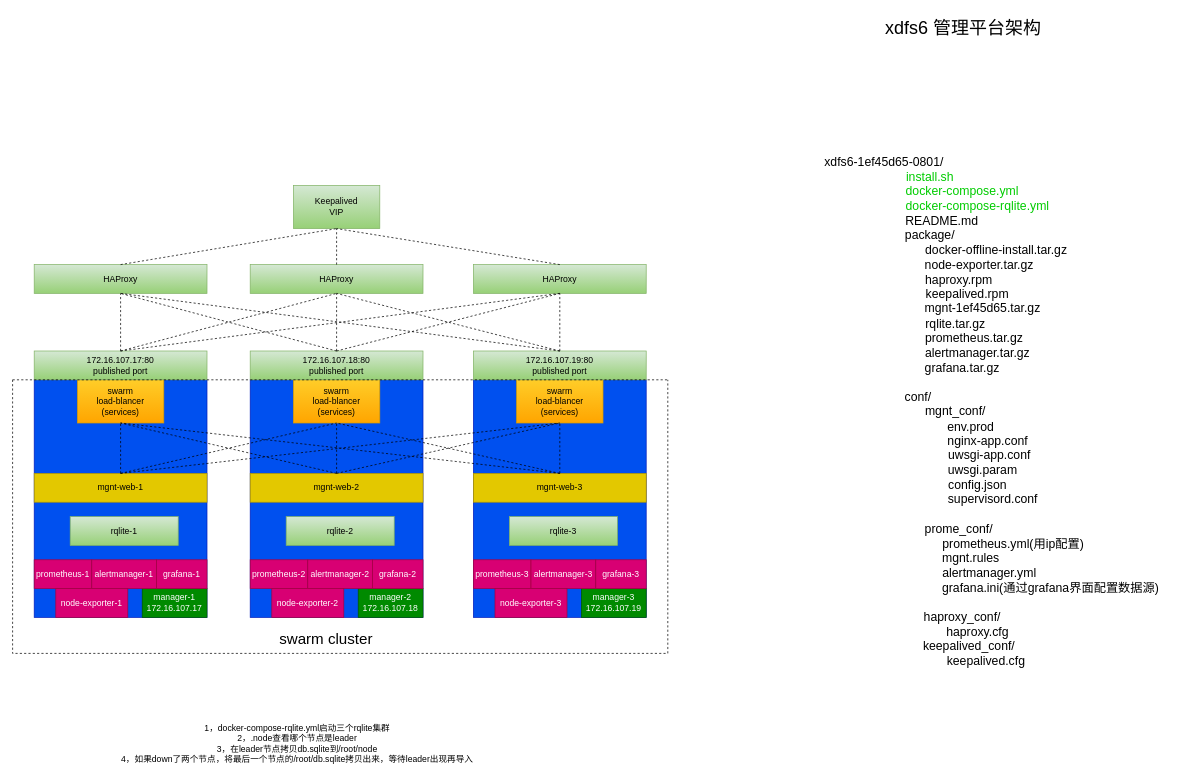
This is xdfs6架构.drawio from yihezhou/diagrams, a draw.io file, before an edit. Source tidied: cells renumbered, new cells numbered last; positions are measured from the earlier drawing's top-left corner, leaving out a move shared by most shapes. Both pictures are drawn from the tidied source at 72%, with x=0, y=0 at pixel (12, 12).
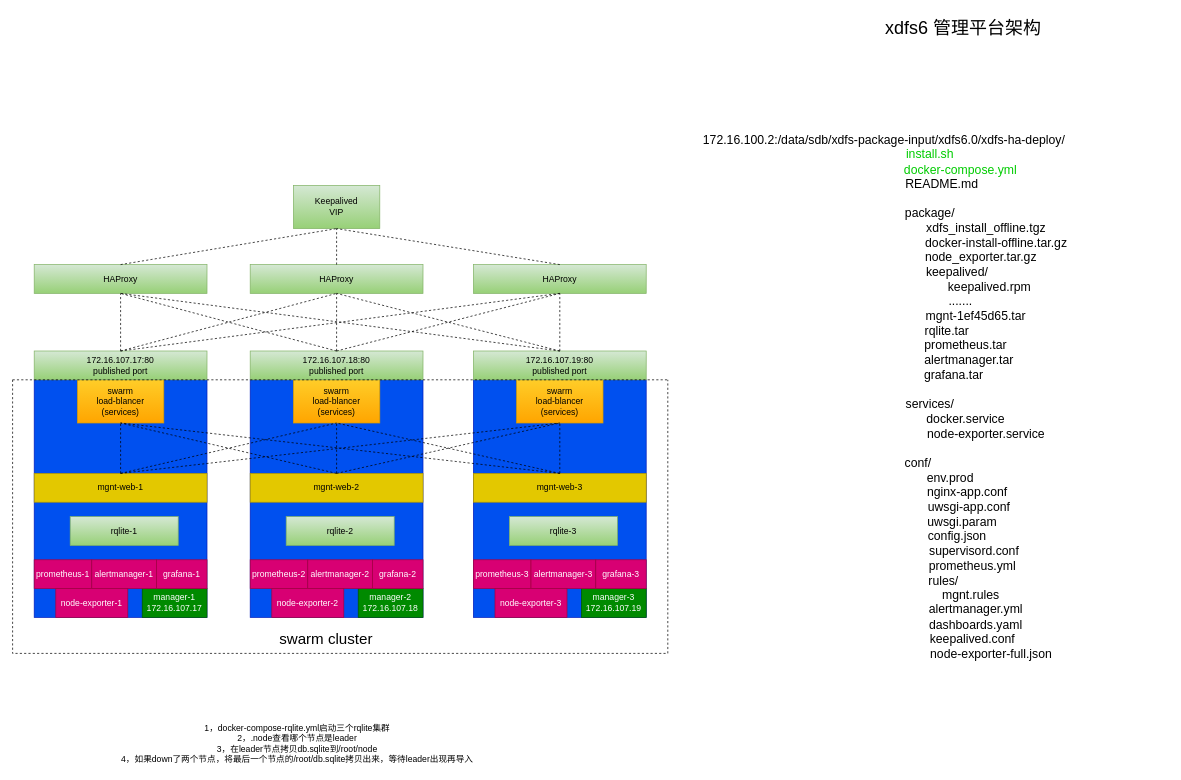
The same page after the edit.

What changed in the source:
```diff
@@
-    <mxCell id="60" value="xdfs6-1ef45d65-0801/&lt;br style=&quot;font-size: 17px;&quot;&gt;&amp;nbsp; &amp;nbsp; &amp;nbsp; &amp;nbsp; &amp;nbsp; &amp;nbsp; &amp;nbsp; &amp;nbsp; &amp;nbsp; &amp;nbsp; &amp;nbsp; &amp;nbsp; &amp;nbsp; &lt;font color=&quot;#00cc00&quot; style=&quot;font-size: 17px;&quot;&gt;&amp;nbsp;install.sh&lt;br style=&quot;font-size: 17px;&quot;&gt;&amp;nbsp; &amp;nbsp; &amp;nbsp; &amp;nbsp; &amp;nbsp; &amp;nbsp; &amp;nbsp; &amp;nbsp; &amp;nbsp; &amp;nbsp; &amp;nbsp; &amp;nbsp; &amp;nbsp; &amp;nbsp; &amp;nbsp; &amp;nbsp; &amp;nbsp; &amp;nbsp; &amp;nbsp; &amp;nbsp; &amp;nbsp; &amp;nbsp; &amp;nbsp; docker-compose.yml&lt;br&gt;&amp;nbsp; &amp;nbsp; &amp;nbsp; &amp;nbsp; &amp;nbsp; &amp;nbsp; &amp;nbsp; &amp;nbsp; &amp;nbsp; &amp;nbsp; &amp;nbsp; &amp;nbsp; &amp;nbsp; &amp;nbsp; &amp;nbsp; &amp;nbsp; &amp;nbsp; &amp;nbsp; &amp;nbsp; &amp;nbsp; &amp;nbsp; &amp;nbsp; &amp;nbsp; &amp;nbsp; &amp;nbsp; &amp;nbsp; &amp;nbsp; &amp;nbsp;docker-compose-rqlite.yml&lt;br&gt;&lt;/font&gt;&amp;nbsp; &amp;nbsp; &amp;nbsp; &amp;nbsp; &amp;nbsp; &amp;nbsp; &amp;nbsp; &amp;nbsp; &amp;nbsp; &amp;nbsp; &amp;nbsp; &amp;nbsp; &amp;nbsp; &amp;nbsp; &amp;nbsp; &amp;nbsp; &amp;nbsp; README.md&lt;br style=&quot;font-size: 17px;&quot;&gt;&amp;nbsp; &amp;nbsp; &amp;nbsp; &amp;nbsp; &amp;nbsp; &amp;nbsp; &amp;nbsp; &amp;nbsp; &amp;nbsp; &amp;nbsp; &amp;nbsp; &amp;nbsp; &amp;nbsp; &amp;nbsp;package/&lt;br style=&quot;font-size: 17px;&quot;&gt;&amp;nbsp; &amp;nbsp; &amp;nbsp; &amp;nbsp; &amp;nbsp; &amp;nbsp; &amp;nbsp; &amp;nbsp; &amp;nbsp; &amp;nbsp; &amp;nbsp; &amp;nbsp; &amp;nbsp; &amp;nbsp; &amp;nbsp; &amp;nbsp; &amp;nbsp; &amp;nbsp; &amp;nbsp; &amp;nbsp; &amp;nbsp; &amp;nbsp; &amp;nbsp; &amp;nbsp; &amp;nbsp; &amp;nbsp; &amp;nbsp; &amp;nbsp; &amp;nbsp; &amp;nbsp; &amp;nbsp; &amp;nbsp; &amp;nbsp; docker-offline-install.tar.gz&lt;br style=&quot;font-size: 17px;&quot;&gt;&amp;nbsp; &amp;nbsp; &amp;nbsp; &amp;nbsp; &amp;nbsp; &amp;nbsp; &amp;nbsp; &amp;nbsp; &amp;nbsp; &amp;nbsp; &amp;nbsp; &amp;nbsp; &amp;nbsp; &amp;nbsp; &amp;nbsp; &amp;nbsp; &amp;nbsp; &amp;nbsp; &amp;nbsp; &amp;nbsp; &amp;nbsp; &amp;nbsp; &amp;nbsp; &amp;nbsp; &amp;nbsp; &amp;nbsp; &amp;nbsp; &amp;nbsp; node-exporter.tar.gz&lt;br style=&quot;font-size: 17px;&quot;&gt;&amp;nbsp; &amp;nbsp; &amp;nbsp; &amp;nbsp; &amp;nbsp; &amp;nbsp; &amp;nbsp; &amp;nbsp; &amp;nbsp; &amp;nbsp; &amp;nbsp; &amp;nbsp; &amp;nbsp; &amp;nbsp; &amp;nbsp; &amp;nbsp; &amp;nbsp; &amp;nbsp; &amp;nbsp; &amp;nbsp; &amp;nbsp; &amp;nbsp; haproxy.rpm&lt;br style=&quot;font-size: 17px;&quot;&gt;&amp;nbsp; &amp;nbsp; &amp;nbsp; &amp;nbsp; &amp;nbsp; &amp;nbsp; &amp;nbsp; &amp;nbsp; &amp;nbsp; &amp;nbsp; &amp;nbsp; &amp;nbsp; &amp;nbsp; &amp;nbsp; &amp;nbsp; &amp;nbsp; &amp;nbsp; &amp;nbsp; &amp;nbsp; &amp;nbsp; &amp;nbsp; &amp;nbsp; &amp;nbsp; &amp;nbsp; &amp;nbsp;keepalived.rpm&lt;br style=&quot;font-size: 17px;&quot;&gt;&amp;nbsp; &amp;nbsp; &amp;nbsp; &amp;nbsp; &amp;nbsp; &amp;nbsp; &amp;nbsp; &amp;nbsp; &amp;nbsp; &amp;nbsp; &amp;nbsp; &amp;nbsp; &amp;nbsp; &amp;nbsp; &amp;nbsp; &amp;nbsp; &amp;nbsp; &amp;nbsp; &amp;nbsp; &amp;nbsp; &amp;nbsp; &amp;nbsp; &amp;nbsp; &amp;nbsp; &amp;nbsp; &amp;nbsp; &amp;nbsp; &amp;nbsp; &amp;nbsp; mgnt-1ef45d65.tar.gz&lt;br style=&quot;font-size: 17px;&quot;&gt;&amp;nbsp; &amp;nbsp; &amp;nbsp; &amp;nbsp; &amp;nbsp; &amp;nbsp; &amp;nbsp; &amp;nbsp; &amp;nbsp; &amp;nbsp; &amp;nbsp; &amp;nbsp; &amp;nbsp; &amp;nbsp; &amp;nbsp; &amp;nbsp; &amp;nbsp; &amp;nbsp; &amp;nbsp; &amp;nbsp; &amp;nbsp; rqlite.tar.gz&lt;br style=&quot;font-size: 17px;&quot;&gt;&amp;nbsp; &amp;nbsp; &amp;nbsp; &amp;nbsp; &amp;nbsp; &amp;nbsp; &amp;nbsp; &amp;nbsp; &amp;nbsp; &amp;nbsp; &amp;nbsp; &amp;nbsp; &amp;nbsp; &amp;nbsp; &amp;nbsp; &amp;nbsp; &amp;nbsp; &amp;nbsp; &amp;nbsp; &amp;nbsp; &amp;nbsp; &amp;nbsp; &amp;nbsp; &amp;nbsp; &amp;nbsp; &amp;nbsp; &amp;nbsp;prometheus.tar.gz&lt;br style=&quot;font-size: 17px;&quot;&gt;&amp;nbsp; &amp;nbsp; &amp;nbsp; &amp;nbsp; &amp;nbsp; &amp;nbsp; &amp;nbsp; &amp;nbsp; &amp;nbsp; &amp;nbsp; &amp;nbsp; &amp;nbsp; &amp;nbsp; &amp;nbsp; &amp;nbsp; &amp;nbsp; &amp;nbsp; &amp;nbsp; &amp;nbsp; &amp;nbsp; &amp;nbsp; &amp;nbsp; &amp;nbsp; &amp;nbsp; &amp;nbsp; &amp;nbsp; &amp;nbsp; &amp;nbsp;alertmanager.tar.gz&lt;br style=&quot;font-size: 17px;&quot;&gt;&amp;nbsp; &amp;nbsp; &amp;nbsp; &amp;nbsp; &amp;nbsp; &amp;nbsp; &amp;nbsp; &amp;nbsp; &amp;nbsp; &amp;nbsp; &amp;nbsp; &amp;nbsp; &amp;nbsp; &amp;nbsp; &amp;nbsp; &amp;nbsp; &amp;nbsp; &amp;nbsp; &amp;nbsp; &amp;nbsp; &amp;nbsp; &amp;nbsp; &amp;nbsp; grafana.tar.gz&lt;br style=&quot;font-size: 17px;&quot;&gt;&amp;nbsp; &amp;nbsp; &amp;nbsp; &amp;nbsp; &amp;nbsp; &amp;nbsp; &amp;nbsp; &amp;nbsp; &amp;nbsp; &amp;nbsp; &amp;nbsp; &amp;nbsp;&amp;nbsp;&lt;br style=&quot;font-size: 17px;&quot;&gt;&amp;nbsp; &amp;nbsp; &amp;nbsp; &amp;nbsp; &amp;nbsp; &amp;nbsp; &amp;nbsp; &amp;nbsp; &amp;nbsp; &amp;nbsp; conf/&lt;br style=&quot;font-size: 17px;&quot;&gt;&amp;nbsp; &amp;nbsp; &amp;nbsp; &amp;nbsp; &amp;nbsp; &amp;nbsp; &amp;nbsp; &amp;nbsp; &amp;nbsp; &amp;nbsp; &amp;nbsp; &amp;nbsp; &amp;nbsp; &amp;nbsp; &amp;nbsp; &amp;nbsp; &amp;nbsp; &amp;nbsp; &amp;nbsp; &amp;nbsp; &amp;nbsp; mgnt_conf/&lt;br&gt;&amp;nbsp; &amp;nbsp; &amp;nbsp; &amp;nbsp; &amp;nbsp; &amp;nbsp; &amp;nbsp; &amp;nbsp; &amp;nbsp; &amp;nbsp; &amp;nbsp; &amp;nbsp; &amp;nbsp; &amp;nbsp; &amp;nbsp; &amp;nbsp; &amp;nbsp; &amp;nbsp; &amp;nbsp; &amp;nbsp; &amp;nbsp; &amp;nbsp; &amp;nbsp; &amp;nbsp; &amp;nbsp; &amp;nbsp;env.prod&lt;br style=&quot;font-size: 17px;&quot;&gt;&amp;nbsp; &amp;nbsp; &amp;nbsp; &amp;nbsp; &amp;nbsp; &amp;nbsp; &amp;nbsp; &amp;nbsp; &amp;nbsp; &amp;nbsp; &amp;nbsp; &amp;nbsp; &amp;nbsp; &amp;nbsp; &amp;nbsp; &amp;nbsp; &amp;nbsp; &amp;nbsp; &amp;nbsp; &amp;nbsp; &amp;nbsp; &amp;nbsp; &amp;nbsp; &amp;nbsp; &amp;nbsp; &amp;nbsp; &amp;nbsp; &amp;nbsp; &amp;nbsp; &amp;nbsp; &amp;nbsp;nginx-app.conf&lt;br style=&quot;font-size: 17px;&quot;&gt;&amp;nbsp; &amp;nbsp; &amp;nbsp; &amp;nbsp; &amp;nbsp; &amp;nbsp; &amp;nbsp; &amp;nbsp; &amp;nbsp; &amp;nbsp; &amp;nbsp; &amp;nbsp; &amp;nbsp; &amp;nbsp; &amp;nbsp; &amp;nbsp; &amp;nbsp; &amp;nbsp; &amp;nbsp; &amp;nbsp; &amp;nbsp; &amp;nbsp; &amp;nbsp; &amp;nbsp; &amp;nbsp; &amp;nbsp; &amp;nbsp; &amp;nbsp; &amp;nbsp; &amp;nbsp; &amp;nbsp; uwsgi-app.conf&lt;br style=&quot;font-size: 17px;&quot;&gt;&amp;nbsp; &amp;nbsp; &amp;nbsp; &amp;nbsp; &amp;nbsp; &amp;nbsp; &amp;nbsp; &amp;nbsp; &amp;nbsp; &amp;nbsp; &amp;nbsp; &amp;nbsp; &amp;nbsp; &amp;nbsp; &amp;nbsp; &amp;nbsp; &amp;nbsp; &amp;nbsp; &amp;nbsp; &amp;nbsp; &amp;nbsp; &amp;nbsp; &amp;nbsp; &amp;nbsp; &amp;nbsp; &amp;nbsp; &amp;nbsp; &amp;nbsp; &amp;nbsp; uwsgi.param&lt;br style=&quot;font-size: 17px;&quot;&gt;&amp;nbsp; &amp;nbsp; &amp;nbsp; &amp;nbsp; &amp;nbsp; &amp;nbsp; &amp;nbsp; &amp;nbsp; &amp;nbsp; &amp;nbsp; &amp;nbsp; &amp;nbsp; &amp;nbsp; &amp;nbsp; &amp;nbsp; &amp;nbsp; &amp;nbsp; &amp;nbsp; &amp;nbsp; &amp;nbsp; &amp;nbsp; &amp;nbsp; &amp;nbsp; &amp;nbsp; &amp;nbsp; &amp;nbsp; &amp;nbsp; &amp;nbsp;config.json&lt;br style=&quot;font-size: 17px;&quot;&gt;&amp;nbsp; &amp;nbsp; &amp;nbsp; &amp;nbsp; &amp;nbsp; &amp;nbsp; &amp;nbsp; &amp;nbsp; &amp;nbsp; &amp;nbsp; &amp;nbsp; &amp;nbsp; &amp;nbsp; &amp;nbsp; &amp;nbsp; &amp;nbsp; &amp;nbsp; &amp;nbsp; &amp;nbsp; &amp;nbsp; &amp;nbsp; &amp;nbsp; &amp;nbsp; &amp;nbsp; &amp;nbsp; &amp;nbsp; &amp;nbsp; &amp;nbsp; &amp;nbsp; &amp;nbsp; &amp;nbsp; &amp;nbsp; supervisord.conf&lt;br style=&quot;font-size: 17px;&quot;&gt;&amp;nbsp; &amp;nbsp; &amp;nbsp; &amp;nbsp; &amp;nbsp; &amp;nbsp; &amp;nbsp; &amp;nbsp; &amp;nbsp;&lt;br style=&quot;font-size: 17px;&quot;&gt;&amp;nbsp; &amp;nbsp; &amp;nbsp; &amp;nbsp; &amp;nbsp; &amp;nbsp; &amp;nbsp; &amp;nbsp; &amp;nbsp; &amp;nbsp; &amp;nbsp; &amp;nbsp; &amp;nbsp; &amp;nbsp; &amp;nbsp; &amp;nbsp; &amp;nbsp; &amp;nbsp; &amp;nbsp; &amp;nbsp; &amp;nbsp; &amp;nbsp; prome_conf/&lt;br style=&quot;font-size: 17px;&quot;&gt;&amp;nbsp; &amp;nbsp; &amp;nbsp; &amp;nbsp; &amp;nbsp; &amp;nbsp; &amp;nbsp; &amp;nbsp; &amp;nbsp; &amp;nbsp; &amp;nbsp; &amp;nbsp; &amp;nbsp; &amp;nbsp; &amp;nbsp; &amp;nbsp; &amp;nbsp; &amp;nbsp; &amp;nbsp; &amp;nbsp; &amp;nbsp; &amp;nbsp; &amp;nbsp; &amp;nbsp; &amp;nbsp; &amp;nbsp; &amp;nbsp; &amp;nbsp; &amp;nbsp; &amp;nbsp; &amp;nbsp; &amp;nbsp; &amp;nbsp; &amp;nbsp; &amp;nbsp; &amp;nbsp; &amp;nbsp; &amp;nbsp; prometheus.yml(用ip配置)&lt;br style=&quot;font-size: 17px;&quot;&gt;&amp;nbsp; &amp;nbsp; &amp;nbsp; &amp;nbsp; &amp;nbsp; &amp;nbsp; &amp;nbsp; &amp;nbsp; &amp;nbsp; &amp;nbsp; &amp;nbsp; &amp;nbsp; &amp;nbsp; &amp;nbsp; &amp;nbsp; &amp;nbsp; &amp;nbsp; &amp;nbsp; &amp;nbsp; &amp;nbsp; &amp;nbsp; &amp;nbsp; &amp;nbsp; &amp;nbsp; &amp;nbsp; &amp;nbsp;mgnt.rules&lt;br style=&quot;font-size: 17px;&quot;&gt;&amp;nbsp; &amp;nbsp; &amp;nbsp; &amp;nbsp; &amp;nbsp; &amp;nbsp; &amp;nbsp; &amp;nbsp; &amp;nbsp; &amp;nbsp; &amp;nbsp; &amp;nbsp; &amp;nbsp; &amp;nbsp; &amp;nbsp; &amp;nbsp; &amp;nbsp; &amp;nbsp; &amp;nbsp; &amp;nbsp; &amp;nbsp; &amp;nbsp; &amp;nbsp; &amp;nbsp; &amp;nbsp; &amp;nbsp; &amp;nbsp; &amp;nbsp; &amp;nbsp; &amp;nbsp; &amp;nbsp; alertmanager.yml&lt;br style=&quot;font-size: 17px;&quot;&gt;&amp;nbsp; &amp;nbsp; &amp;nbsp; &amp;nbsp; &amp;nbsp; &amp;nbsp; &amp;nbsp; &amp;nbsp; &amp;nbsp; &amp;nbsp; &amp;nbsp; &amp;nbsp; &amp;nbsp; &amp;nbsp; &amp;nbsp; &amp;nbsp; &amp;nbsp; &amp;nbsp; &amp;nbsp; &amp;nbsp; &amp;nbsp; &amp;nbsp; &amp;nbsp; &amp;nbsp; &amp;nbsp; &amp;nbsp; &amp;nbsp; &amp;nbsp; &amp;nbsp; &amp;nbsp; &amp;nbsp; &amp;nbsp; &amp;nbsp; &amp;nbsp; &amp;nbsp; &amp;nbsp; &amp;nbsp; &amp;nbsp; &amp;nbsp; &amp;nbsp; &amp;nbsp; &amp;nbsp; &amp;nbsp; &amp;nbsp; &amp;nbsp; &amp;nbsp; &amp;nbsp; &amp;nbsp; &amp;nbsp; grafana.ini(通过grafana界面配置数据源)&lt;br style=&quot;font-size: 17px;&quot;&gt;&amp;nbsp; &amp;nbsp; &amp;nbsp; &amp;nbsp; &amp;nbsp; &amp;nbsp; &amp;nbsp; &amp;nbsp; &amp;nbsp; &amp;nbsp; &amp;nbsp; &amp;nbsp; &amp;nbsp; &amp;nbsp; &amp;nbsp; &amp;nbsp; &amp;nbsp; &amp;nbsp; &amp;nbsp; &amp;nbsp; &amp;nbsp; &amp;nbsp; &amp;nbsp; &amp;nbsp;&amp;nbsp;&lt;br style=&quot;font-size: 17px;&quot;&gt;&amp;nbsp; &amp;nbsp; &amp;nbsp; &amp;nbsp; &amp;nbsp; &amp;nbsp; &amp;nbsp; &amp;nbsp; &amp;nbsp; &amp;nbsp; &amp;nbsp; &amp;nbsp; &amp;nbsp; &amp;nbsp; &amp;nbsp; &amp;nbsp; &amp;nbsp; &amp;nbsp; &amp;nbsp; &amp;nbsp; &amp;nbsp; &amp;nbsp; &amp;nbsp; haproxy_conf/&lt;br style=&quot;font-size: 17px;&quot;&gt;&amp;nbsp; &amp;nbsp; &amp;nbsp; &amp;nbsp; &amp;nbsp; &amp;nbsp; &amp;nbsp; &amp;nbsp; &amp;nbsp; &amp;nbsp; &amp;nbsp; &amp;nbsp; &amp;nbsp; &amp;nbsp; &amp;nbsp; &amp;nbsp; &amp;nbsp; &amp;nbsp; &amp;nbsp; &amp;nbsp; &amp;nbsp; &amp;nbsp; &amp;nbsp; &amp;nbsp; &amp;nbsp; &amp;nbsp; &amp;nbsp; &amp;nbsp;haproxy.cfg&lt;br style=&quot;font-size: 17px;&quot;&gt;&amp;nbsp; &amp;nbsp; &amp;nbsp; &amp;nbsp; &amp;nbsp; &amp;nbsp; &amp;nbsp; &amp;nbsp; &amp;nbsp; &amp;nbsp; &amp;nbsp; &amp;nbsp; &amp;nbsp; &amp;nbsp; &amp;nbsp; &amp;nbsp; &amp;nbsp; &amp;nbsp; &amp;nbsp; &amp;nbsp; &amp;nbsp; &amp;nbsp; &amp;nbsp; &amp;nbsp; &amp;nbsp; keepalived_conf/&lt;br style=&quot;font-size: 17px;&quot;&gt;&amp;nbsp; &amp;nbsp; &amp;nbsp; &amp;nbsp; &amp;nbsp; &amp;nbsp; &amp;nbsp; &amp;nbsp; &amp;nbsp; &amp;nbsp; &amp;nbsp; &amp;nbsp; &amp;nbsp; &amp;nbsp; &amp;nbsp; &amp;nbsp; &amp;nbsp; &amp;nbsp; &amp;nbsp; &amp;nbsp; &amp;nbsp; &amp;nbsp; &amp;nbsp; &amp;nbsp; &amp;nbsp; &amp;nbsp; &amp;nbsp; &amp;nbsp; &amp;nbsp; &amp;nbsp; keepalived.cfg&lt;br style=&quot;font-size: 17px;&quot;&gt;&amp;nbsp; &amp;nbsp; &amp;nbsp; &amp;nbsp; &amp;nbsp; &amp;nbsp; &amp;nbsp; &amp;nbsp; &amp;nbsp; &amp;nbsp; &amp;nbsp; &amp;nbsp; &amp;nbsp; &amp;nbsp; &amp;nbsp; &amp;nbsp; &amp;nbsp; &amp;nbsp; &amp;nbsp;&amp;nbsp;" style="text;html=1;align=center;verticalAlign=middle;strokeColor=none;fillColor=none;fontSize=17;" parent="1" vertex="1">
-      <mxGeometry x="815" y="190" width="790" height="750" as="geometry" />
+    <mxCell id="60" value="172.16.100.2:/data/sdb/xdfs-package-input/xdfs6.0/xdfs-ha-deploy/&lt;br style=&quot;font-size: 17px;&quot;&gt;&amp;nbsp; &amp;nbsp; &amp;nbsp; &amp;nbsp; &amp;nbsp; &amp;nbsp; &amp;nbsp; &amp;nbsp; &amp;nbsp; &amp;nbsp; &amp;nbsp; &amp;nbsp; &amp;nbsp; &lt;font color=&quot;#00cc00&quot; style=&quot;font-size: 17px;&quot;&gt;&amp;nbsp;install.sh&lt;br style=&quot;font-size: 17px;&quot;&gt;&amp;nbsp; &amp;nbsp; &amp;nbsp; &amp;nbsp; &amp;nbsp; &amp;nbsp; &amp;nbsp; &amp;nbsp; &amp;nbsp; &amp;nbsp; &amp;nbsp; &amp;nbsp; &amp;nbsp; &amp;nbsp; &amp;nbsp; &amp;nbsp; &amp;nbsp; &amp;nbsp; &amp;nbsp; &amp;nbsp; &amp;nbsp; &amp;nbsp; &amp;nbsp; docker-compose.yml&amp;nbsp;&lt;br&gt;&lt;/font&gt;&amp;nbsp; &amp;nbsp; &amp;nbsp; &amp;nbsp; &amp;nbsp; &amp;nbsp; &amp;nbsp; &amp;nbsp; &amp;nbsp; &amp;nbsp; &amp;nbsp; &amp;nbsp; &amp;nbsp; &amp;nbsp; &amp;nbsp; &amp;nbsp; &amp;nbsp; README.md&lt;br&gt;&lt;br style=&quot;font-size: 17px;&quot;&gt;&amp;nbsp; &amp;nbsp; &amp;nbsp; &amp;nbsp; &amp;nbsp; &amp;nbsp; &amp;nbsp; &amp;nbsp; &amp;nbsp; &amp;nbsp; &amp;nbsp; &amp;nbsp; &amp;nbsp; &amp;nbsp;package/&lt;br&gt;&amp;nbsp; &amp;nbsp; &amp;nbsp; &amp;nbsp; &amp;nbsp; &amp;nbsp; &amp;nbsp; &amp;nbsp; &amp;nbsp; &amp;nbsp; &amp;nbsp; &amp;nbsp; &amp;nbsp; &amp;nbsp; &amp;nbsp; &amp;nbsp; &amp;nbsp; &amp;nbsp; &amp;nbsp; &amp;nbsp; &amp;nbsp; &amp;nbsp; &amp;nbsp; &amp;nbsp; &amp;nbsp; &amp;nbsp; &amp;nbsp; &amp;nbsp; &amp;nbsp; &amp;nbsp; &amp;nbsp; &amp;nbsp; &amp;nbsp; &amp;nbsp; xdfs_install_offline.tgz&amp;nbsp; &amp;nbsp; &amp;nbsp; &amp;nbsp;&amp;nbsp;&lt;br style=&quot;font-size: 17px;&quot;&gt;&amp;nbsp; &amp;nbsp; &amp;nbsp; &amp;nbsp; &amp;nbsp; &amp;nbsp; &amp;nbsp; &amp;nbsp; &amp;nbsp; &amp;nbsp; &amp;nbsp; &amp;nbsp; &amp;nbsp; &amp;nbsp; &amp;nbsp; &amp;nbsp; &amp;nbsp; &amp;nbsp; &amp;nbsp; &amp;nbsp; &amp;nbsp; &amp;nbsp; &amp;nbsp; &amp;nbsp; &amp;nbsp; &amp;nbsp; &amp;nbsp; &amp;nbsp; &amp;nbsp; &amp;nbsp; &amp;nbsp; &amp;nbsp; &amp;nbsp; docker-install-offline.tar.gz&lt;br style=&quot;font-size: 17px;&quot;&gt;&amp;nbsp; &amp;nbsp; &amp;nbsp; &amp;nbsp; &amp;nbsp; &amp;nbsp; &amp;nbsp; &amp;nbsp; &amp;nbsp; &amp;nbsp; &amp;nbsp; &amp;nbsp; &amp;nbsp; &amp;nbsp; &amp;nbsp; &amp;nbsp; &amp;nbsp; &amp;nbsp; &amp;nbsp; &amp;nbsp; &amp;nbsp; &amp;nbsp; &amp;nbsp; &amp;nbsp; &amp;nbsp; &amp;nbsp; &amp;nbsp; &amp;nbsp; &amp;nbsp;node_exporter.tar.gz&lt;br&gt;&amp;nbsp; &amp;nbsp; &amp;nbsp; &amp;nbsp; &amp;nbsp; &amp;nbsp; &amp;nbsp; &amp;nbsp; &amp;nbsp; &amp;nbsp; &amp;nbsp; &amp;nbsp; &amp;nbsp; &amp;nbsp; &amp;nbsp; &amp;nbsp; &amp;nbsp; &amp;nbsp; &amp;nbsp; &amp;nbsp; &amp;nbsp; &amp;nbsp;keepalived/&lt;br style=&quot;font-size: 17px;&quot;&gt;&amp;nbsp; &amp;nbsp; &amp;nbsp; &amp;nbsp; &amp;nbsp; &amp;nbsp; &amp;nbsp; &amp;nbsp; &amp;nbsp; &amp;nbsp; &amp;nbsp; &amp;nbsp; &amp;nbsp; &amp;nbsp; &amp;nbsp; &amp;nbsp; &amp;nbsp; &amp;nbsp; &amp;nbsp; &amp;nbsp; &amp;nbsp; &amp;nbsp; &amp;nbsp; &amp;nbsp; &amp;nbsp; &amp;nbsp; &amp;nbsp; &amp;nbsp; &amp;nbsp; &amp;nbsp; &amp;nbsp; keepalived.rpm&lt;br&gt;&amp;nbsp; &amp;nbsp; &amp;nbsp; &amp;nbsp; &amp;nbsp; &amp;nbsp; &amp;nbsp; &amp;nbsp; &amp;nbsp; &amp;nbsp; &amp;nbsp; &amp;nbsp; &amp;nbsp; &amp;nbsp; &amp;nbsp; &amp;nbsp; &amp;nbsp; &amp;nbsp; &amp;nbsp; &amp;nbsp; &amp;nbsp; &amp;nbsp; &amp;nbsp;.......&lt;br style=&quot;font-size: 17px;&quot;&gt;&amp;nbsp; &amp;nbsp; &amp;nbsp; &amp;nbsp; &amp;nbsp; &amp;nbsp; &amp;nbsp; &amp;nbsp; &amp;nbsp; &amp;nbsp; &amp;nbsp; &amp;nbsp; &amp;nbsp; &amp;nbsp; &amp;nbsp; &amp;nbsp; &amp;nbsp; &amp;nbsp; &amp;nbsp; &amp;nbsp; &amp;nbsp; &amp;nbsp; &amp;nbsp; &amp;nbsp; &amp;nbsp; &amp;nbsp; &amp;nbsp; mgnt-1ef45d65.tar&lt;br style=&quot;font-size: 17px;&quot;&gt;&amp;nbsp; &amp;nbsp; &amp;nbsp; &amp;nbsp; &amp;nbsp; &amp;nbsp; &amp;nbsp; &amp;nbsp; &amp;nbsp; &amp;nbsp; &amp;nbsp; &amp;nbsp; &amp;nbsp; &amp;nbsp; &amp;nbsp; &amp;nbsp; &amp;nbsp; &amp;nbsp; &amp;nbsp;rqlite.tar&lt;br style=&quot;font-size: 17px;&quot;&gt;&amp;nbsp; &amp;nbsp; &amp;nbsp; &amp;nbsp; &amp;nbsp; &amp;nbsp; &amp;nbsp; &amp;nbsp; &amp;nbsp; &amp;nbsp; &amp;nbsp; &amp;nbsp; &amp;nbsp; &amp;nbsp; &amp;nbsp; &amp;nbsp; &amp;nbsp; &amp;nbsp; &amp;nbsp; &amp;nbsp; &amp;nbsp; &amp;nbsp; &amp;nbsp; &amp;nbsp; prometheus.tar&lt;br style=&quot;font-size: 17px;&quot;&gt;&amp;nbsp; &amp;nbsp; &amp;nbsp; &amp;nbsp; &amp;nbsp; &amp;nbsp; &amp;nbsp; &amp;nbsp; &amp;nbsp; &amp;nbsp; &amp;nbsp; &amp;nbsp; &amp;nbsp; &amp;nbsp; &amp;nbsp; &amp;nbsp; &amp;nbsp; &amp;nbsp; &amp;nbsp; &amp;nbsp; &amp;nbsp; &amp;nbsp; &amp;nbsp; &amp;nbsp; &amp;nbsp; alertmanager.tar&lt;br style=&quot;font-size: 17px;&quot;&gt;&amp;nbsp; &amp;nbsp; &amp;nbsp; &amp;nbsp; &amp;nbsp; &amp;nbsp; &amp;nbsp; &amp;nbsp; &amp;nbsp; &amp;nbsp; &amp;nbsp; &amp;nbsp; &amp;nbsp; &amp;nbsp; &amp;nbsp; &amp;nbsp; &amp;nbsp; &amp;nbsp; &amp;nbsp; &amp;nbsp; &amp;nbsp;grafana.tar&lt;br&gt;&lt;br&gt;&amp;nbsp; &amp;nbsp; &amp;nbsp; &amp;nbsp; &amp;nbsp; &amp;nbsp; &amp;nbsp; &amp;nbsp; &amp;nbsp; &amp;nbsp; &amp;nbsp; &amp;nbsp; &amp;nbsp; &amp;nbsp;services/&lt;br style=&quot;font-size: 17px;&quot;&gt;&amp;nbsp; &amp;nbsp; &amp;nbsp; &amp;nbsp; &amp;nbsp; &amp;nbsp; &amp;nbsp; &amp;nbsp; &amp;nbsp; &amp;nbsp; &amp;nbsp; &amp;nbsp; &amp;nbsp; &amp;nbsp; &amp;nbsp; &amp;nbsp; &amp;nbsp; &amp;nbsp; &amp;nbsp; &amp;nbsp; &amp;nbsp; &amp;nbsp; &amp;nbsp; &amp;nbsp; docker.service&lt;br&gt;&amp;nbsp; &amp;nbsp; &amp;nbsp; &amp;nbsp; &amp;nbsp; &amp;nbsp; &amp;nbsp; &amp;nbsp; &amp;nbsp; &amp;nbsp; &amp;nbsp; &amp;nbsp; &amp;nbsp; &amp;nbsp; &amp;nbsp; &amp;nbsp; &amp;nbsp; &amp;nbsp; &amp;nbsp; &amp;nbsp; &amp;nbsp; &amp;nbsp; &amp;nbsp; &amp;nbsp; &amp;nbsp; &amp;nbsp; &amp;nbsp; &amp;nbsp; &amp;nbsp; &amp;nbsp; node-exporter.service&lt;br&gt;&lt;br style=&quot;font-size: 17px;&quot;&gt;&amp;nbsp; &amp;nbsp; &amp;nbsp; &amp;nbsp; &amp;nbsp; &amp;nbsp; &amp;nbsp; &amp;nbsp; &amp;nbsp; &amp;nbsp; conf/&lt;br&gt;&amp;nbsp; &amp;nbsp; &amp;nbsp; &amp;nbsp; &amp;nbsp; &amp;nbsp; &amp;nbsp; &amp;nbsp; &amp;nbsp; &amp;nbsp; &amp;nbsp; &amp;nbsp; &amp;nbsp; &amp;nbsp; &amp;nbsp; &amp;nbsp; &amp;nbsp; &amp;nbsp; &amp;nbsp; &amp;nbsp;env.prod&lt;br style=&quot;font-size: 17px;&quot;&gt;&amp;nbsp; &amp;nbsp; &amp;nbsp; &amp;nbsp; &amp;nbsp; &amp;nbsp; &amp;nbsp; &amp;nbsp; &amp;nbsp; &amp;nbsp; &amp;nbsp; &amp;nbsp; &amp;nbsp; &amp;nbsp; &amp;nbsp; &amp;nbsp; &amp;nbsp; &amp;nbsp; &amp;nbsp; &amp;nbsp; &amp;nbsp; &amp;nbsp; &amp;nbsp; &amp;nbsp; &amp;nbsp;nginx-app.conf&lt;br style=&quot;font-size: 17px;&quot;&gt;&amp;nbsp; &amp;nbsp; &amp;nbsp; &amp;nbsp; &amp;nbsp; &amp;nbsp; &amp;nbsp; &amp;nbsp; &amp;nbsp; &amp;nbsp; &amp;nbsp; &amp;nbsp; &amp;nbsp; &amp;nbsp; &amp;nbsp; &amp;nbsp; &amp;nbsp; &amp;nbsp; &amp;nbsp; &amp;nbsp; &amp;nbsp; &amp;nbsp; &amp;nbsp; &amp;nbsp; &amp;nbsp; uwsgi-app.conf&lt;br style=&quot;font-size: 17px;&quot;&gt;&amp;nbsp; &amp;nbsp; &amp;nbsp; &amp;nbsp; &amp;nbsp; &amp;nbsp; &amp;nbsp; &amp;nbsp; &amp;nbsp; &amp;nbsp; &amp;nbsp; &amp;nbsp; &amp;nbsp; &amp;nbsp; &amp;nbsp; &amp;nbsp; &amp;nbsp; &amp;nbsp; &amp;nbsp; &amp;nbsp; &amp;nbsp; &amp;nbsp; &amp;nbsp; uwsgi.param&lt;br style=&quot;font-size: 17px;&quot;&gt;&amp;nbsp; &amp;nbsp; &amp;nbsp; &amp;nbsp; &amp;nbsp; &amp;nbsp; &amp;nbsp; &amp;nbsp; &amp;nbsp; &amp;nbsp; &amp;nbsp; &amp;nbsp; &amp;nbsp; &amp;nbsp; &amp;nbsp; &amp;nbsp; &amp;nbsp; &amp;nbsp; &amp;nbsp; &amp;nbsp; &amp;nbsp; &amp;nbsp;config.json&lt;br style=&quot;font-size: 17px;&quot;&gt;&amp;nbsp; &amp;nbsp; &amp;nbsp; &amp;nbsp; &amp;nbsp; &amp;nbsp; &amp;nbsp; &amp;nbsp; &amp;nbsp; &amp;nbsp; &amp;nbsp; &amp;nbsp; &amp;nbsp; &amp;nbsp; &amp;nbsp; &amp;nbsp; &amp;nbsp; &amp;nbsp; &amp;nbsp; &amp;nbsp; &amp;nbsp; &amp;nbsp; &amp;nbsp; &amp;nbsp; &amp;nbsp; &amp;nbsp; &amp;nbsp;supervisord.conf&lt;br style=&quot;font-size: 17px;&quot;&gt;&amp;nbsp; &amp;nbsp; &amp;nbsp; &amp;nbsp; &amp;nbsp; &amp;nbsp; &amp;nbsp; &amp;nbsp; &amp;nbsp; &amp;nbsp; &amp;nbsp; &amp;nbsp; &amp;nbsp; &amp;nbsp; &amp;nbsp; &amp;nbsp; &amp;nbsp; &amp;nbsp; &amp;nbsp; &amp;nbsp; &amp;nbsp; &amp;nbsp; &amp;nbsp; &amp;nbsp; &amp;nbsp; &amp;nbsp; prometheus.yml&lt;br&gt;&amp;nbsp; &amp;nbsp; &amp;nbsp; &amp;nbsp; &amp;nbsp; &amp;nbsp; &amp;nbsp; &amp;nbsp; &amp;nbsp; &amp;nbsp; &amp;nbsp; &amp;nbsp; &amp;nbsp; &amp;nbsp; &amp;nbsp; &amp;nbsp; &amp;nbsp; &amp;nbsp;rules/&lt;br style=&quot;font-size: 17px;&quot;&gt;&amp;nbsp; &amp;nbsp; &amp;nbsp; &amp;nbsp; &amp;nbsp; &amp;nbsp; &amp;nbsp; &amp;nbsp; &amp;nbsp; &amp;nbsp; &amp;nbsp; &amp;nbsp; &amp;nbsp; &amp;nbsp; &amp;nbsp; &amp;nbsp; &amp;nbsp; &amp;nbsp; &amp;nbsp; &amp;nbsp; &amp;nbsp; &amp;nbsp; &amp;nbsp; &amp;nbsp; &amp;nbsp; &amp;nbsp;mgnt.rules&lt;br style=&quot;font-size: 17px;&quot;&gt;&amp;nbsp; &amp;nbsp; &amp;nbsp; &amp;nbsp; &amp;nbsp; &amp;nbsp; &amp;nbsp; &amp;nbsp; &amp;nbsp; &amp;nbsp; &amp;nbsp; &amp;nbsp; &amp;nbsp; &amp;nbsp; &amp;nbsp; &amp;nbsp; &amp;nbsp; &amp;nbsp; &amp;nbsp; &amp;nbsp; &amp;nbsp; &amp;nbsp; &amp;nbsp; &amp;nbsp; &amp;nbsp; &amp;nbsp; &amp;nbsp; alertmanager.yml&lt;br style=&quot;font-size: 17px;&quot;&gt;&amp;nbsp; &amp;nbsp; &amp;nbsp; &amp;nbsp; &amp;nbsp; &amp;nbsp; &amp;nbsp; &amp;nbsp; &amp;nbsp; &amp;nbsp; &amp;nbsp; &amp;nbsp; &amp;nbsp; &amp;nbsp; &amp;nbsp; &amp;nbsp; &amp;nbsp; &amp;nbsp; &amp;nbsp; &amp;nbsp; &amp;nbsp; &amp;nbsp; &amp;nbsp; &amp;nbsp; &amp;nbsp; &amp;nbsp; &amp;nbsp; dashboards.yaml&lt;br&gt;&amp;nbsp; &amp;nbsp; &amp;nbsp; &amp;nbsp; &amp;nbsp; &amp;nbsp; &amp;nbsp; &amp;nbsp; &amp;nbsp; &amp;nbsp; &amp;nbsp; &amp;nbsp; &amp;nbsp; &amp;nbsp; &amp;nbsp; &amp;nbsp; &amp;nbsp; &amp;nbsp; &amp;nbsp; &amp;nbsp; &amp;nbsp; &amp;nbsp; &amp;nbsp; &amp;nbsp; &amp;nbsp; &amp;nbsp; keepalived.conf&lt;br&gt;&amp;nbsp; &amp;nbsp; &amp;nbsp; &amp;nbsp; &amp;nbsp; &amp;nbsp; &amp;nbsp; &amp;nbsp; &amp;nbsp; &amp;nbsp; &amp;nbsp; &amp;nbsp; &amp;nbsp; &amp;nbsp; &amp;nbsp; &amp;nbsp; &amp;nbsp; &amp;nbsp; &amp;nbsp; &amp;nbsp; &amp;nbsp; &amp;nbsp; &amp;nbsp; &amp;nbsp; &amp;nbsp; &amp;nbsp; &amp;nbsp; &amp;nbsp; &amp;nbsp; &amp;nbsp; &amp;nbsp; &amp;nbsp;node-exporter-full.json&lt;br style=&quot;font-size: 17px;&quot;&gt;&amp;nbsp; &amp;nbsp; &amp;nbsp; &amp;nbsp; &amp;nbsp; &amp;nbsp; &amp;nbsp; &amp;nbsp; &amp;nbsp; &amp;nbsp; &amp;nbsp; &amp;nbsp; &amp;nbsp; &amp;nbsp; &amp;nbsp; &amp;nbsp; &amp;nbsp; &amp;nbsp; &amp;nbsp; &amp;nbsp; &amp;nbsp; &amp;nbsp; &amp;nbsp; &amp;nbsp;&amp;nbsp;&lt;br style=&quot;font-size: 17px;&quot;&gt;&amp;nbsp; &amp;nbsp; &amp;nbsp; &amp;nbsp; &amp;nbsp; &amp;nbsp; &amp;nbsp; &amp;nbsp; &amp;nbsp; &amp;nbsp; &amp;nbsp; &amp;nbsp; &amp;nbsp; &amp;nbsp;&lt;br style=&quot;font-size: 17px;&quot;&gt;&amp;nbsp; &amp;nbsp; &amp;nbsp; &amp;nbsp; &amp;nbsp; &amp;nbsp; &amp;nbsp; &amp;nbsp; &amp;nbsp; &amp;nbsp; &amp;nbsp; &amp;nbsp; &amp;nbsp; &amp;nbsp; &amp;nbsp; &amp;nbsp; &amp;nbsp; &amp;nbsp; &amp;nbsp;&amp;nbsp;" style="text;html=1;align=center;verticalAlign=middle;strokeColor=none;fillColor=none;fontSize=17;" parent="1" vertex="1">
+      <mxGeometry x="935" y="160" width="550" height="810" as="geometry" />
     </mxCell>
```
